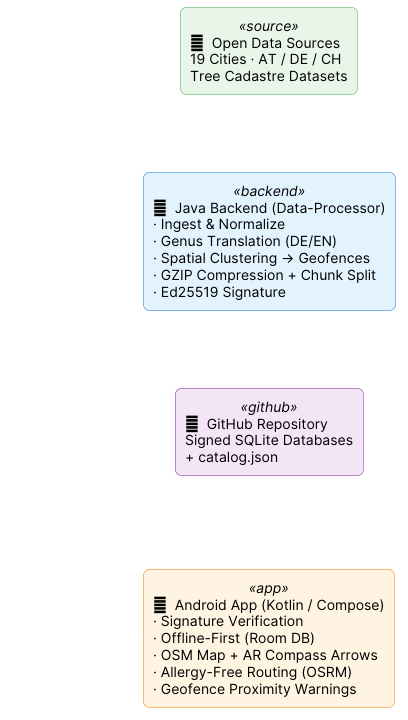
Above: docs/architecture/00_overview_en.png in matthili/BaumRadar (PlantUML), before the change. Its diagram source:
```plantuml
@startuml
skinparam backgroundColor transparent
skinparam componentStyle rectangle
skinparam shadowing false
skinparam defaultFontName Inter
skinparam roundCorner 12

<style>
root {
  padding 8;
}
</style>

skinparam ArrowColor white
skinparam ArrowFontColor white
skinparam actorBorderColor white
skinparam actorFontColor white
skinparam actorBackgroundColor transparent

top to bottom direction

skinparam rectangle {
  BackgroundColor<<source>> #E8F5E9
  BorderColor<<source>> #4CAF50
  BackgroundColor<<backend>> #E3F2FD
  BorderColor<<backend>> #1976D2
  BackgroundColor<<github>> #F3E5F5
  BorderColor<<github>> #7B1FA2
  BackgroundColor<<app>> #FFF3E0
  BorderColor<<app>> #F57C00
}

rectangle "🌐  Open Data Sources\n19 Cities · AT / DE / CH\nTree Cadastre Datasets" as Src <<source>>

rectangle "⚙️  Java Backend (Data-Processor)\n· Ingest & Normalize\n· Genus Translation (DE/EN)\n· Spatial Clustering → Geofences\n· GZIP Compression + Chunk Split\n· Ed25519 Signature" as BE <<backend>>

rectangle "📦  GitHub Repository\nSigned SQLite Databases\n+ catalog.json" as GH <<github>>

rectangle "📱  Android App (Kotlin / Compose)\n· Signature Verification\n· Offline-First (Room DB)\n· OSM Map + AR Compass Arrows\n· Allergy-Free Routing (OSRM)\n· Geofence Proximity Warnings" as App <<app>>

actor "User\n(Allergy Profile)" as User

Src -down-> BE : ingest
BE -down-> GH : publish
GH -down-> App : download\n& verify
User -right-> App
@enduml
```
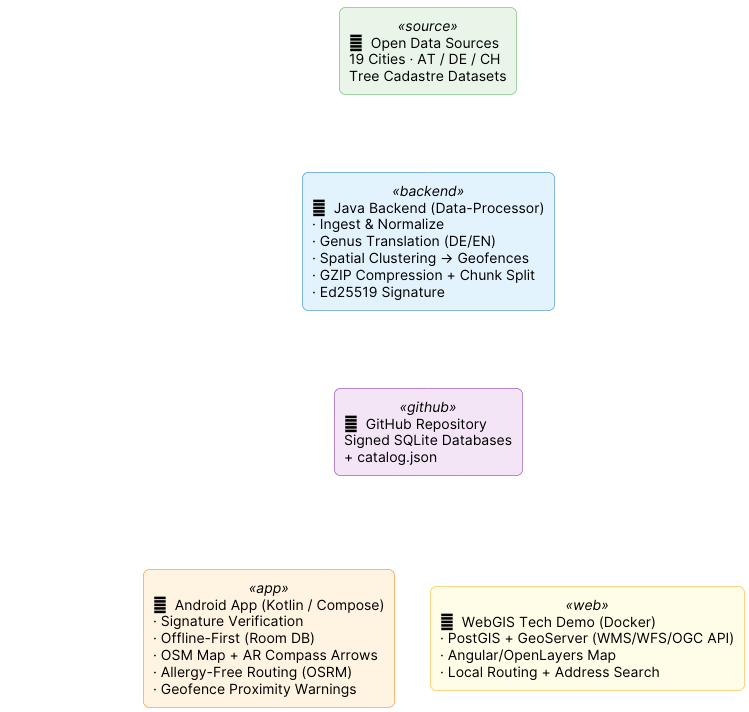
Later version of the same file.

Change to the diagram source:
```diff
@@ -28,6 +28,8 @@
   BorderColor<<github>> #7B1FA2
   BackgroundColor<<app>> #FFF3E0
   BorderColor<<app>> #F57C00
+  BackgroundColor<<web>> #FFFDE7
+  BorderColor<<web>> #F9A825
 }
 
 rectangle "🌐  Open Data Sources\n19 Cities · AT / DE / CH\nTree Cadastre Datasets" as Src <<source>>
@@ -38,10 +40,13 @@
 
 rectangle "📱  Android App (Kotlin / Compose)\n· Signature Verification\n· Offline-First (Room DB)\n· OSM Map + AR Compass Arrows\n· Allergy-Free Routing (OSRM)\n· Geofence Proximity Warnings" as App <<app>>
 
+rectangle "🖥️  WebGIS Tech Demo (Docker)\n· PostGIS + GeoServer (WMS/WFS/OGC API)\n· Angular/OpenLayers Map\n· Local Routing + Address Search" as Web <<web>>
+
 actor "User\n(Allergy Profile)" as User
 
 Src -down-> BE : ingest
 BE -down-> GH : publish
 GH -down-> App : download\n& verify
+GH -down-> Web : download\n& verify
 User -right-> App
 @enduml
```
